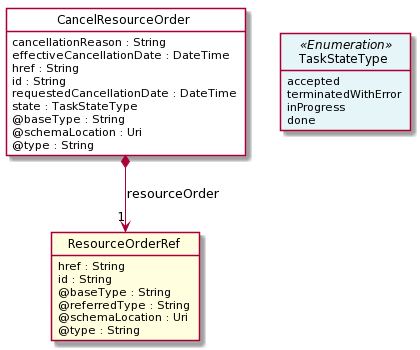
tmforum-apis/Open_Api_And_Data_Model keeps this PlantUML diagram as apis/TMF652_Resource_Order/documentation/diagrams/Resource_CancelResourceOrder.png. Above is the earlier version.
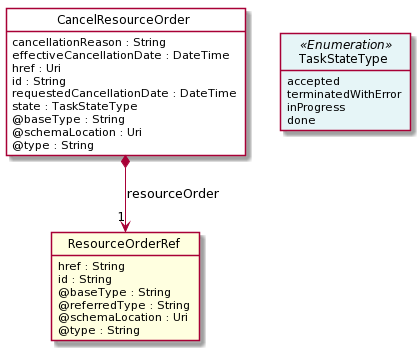
After the change.

Change to the diagram source:
```diff
@@ -13,7 +13,7 @@
 class CancelResourceOrder  <<Pivot>> {
     cancellationReason : String
     effectiveCancellationDate : DateTime
-    href : String
+    href : Uri
     id : String
     requestedCancellationDate : DateTime
     state : TaskStateType
```
